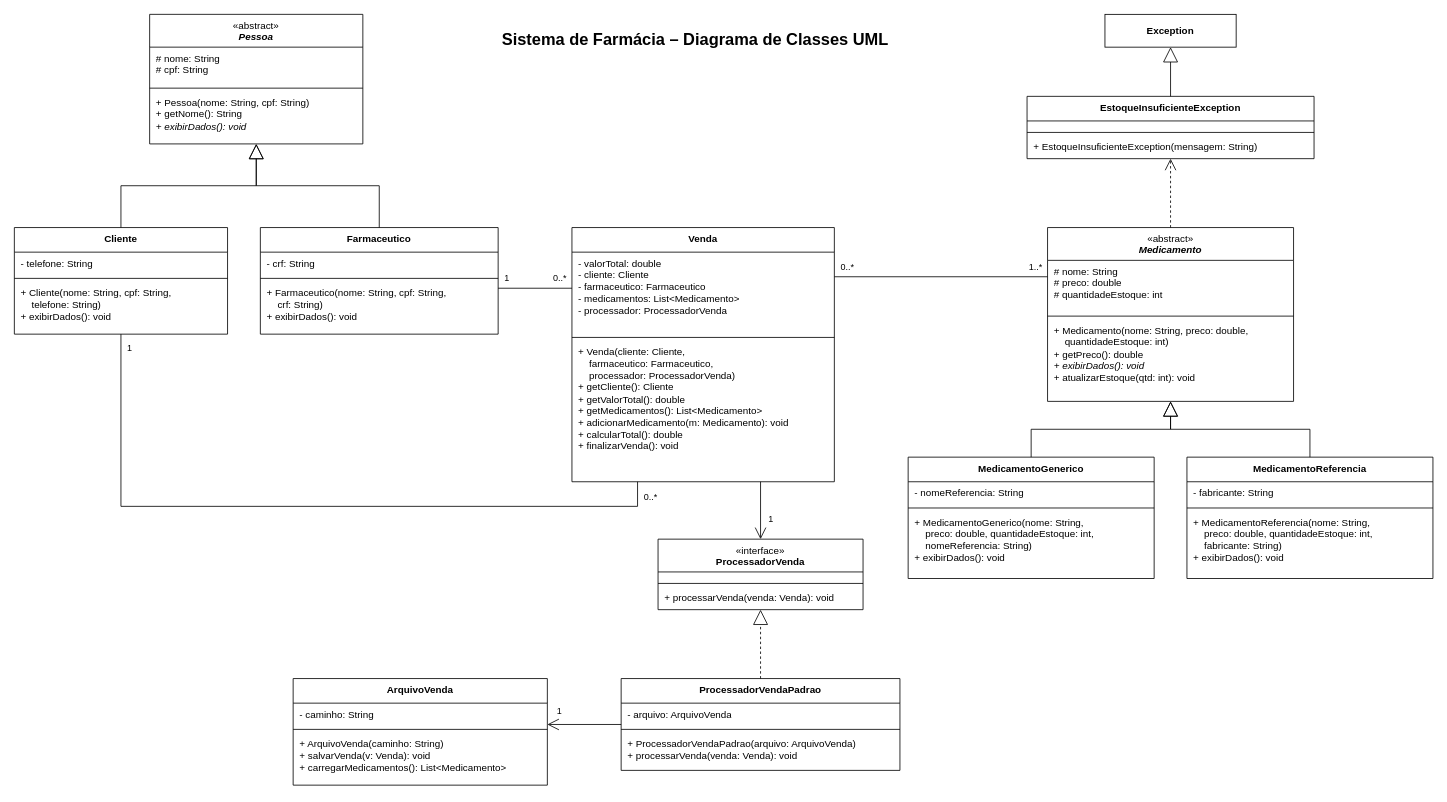
Above: docs/uml-farmacia.drawio in isabelamoreiramendes29/Trabalho_POO_Farmacia (draw.io), before the change. Source tidied: cells renumbered, new cells numbered last; positions are measured from the earlier drawing's top-left corner, leaving out a move shared by most shapes. Both pictures are drawn from the tidied source at 82%, with x=0, y=0 at pixel (14, 14).
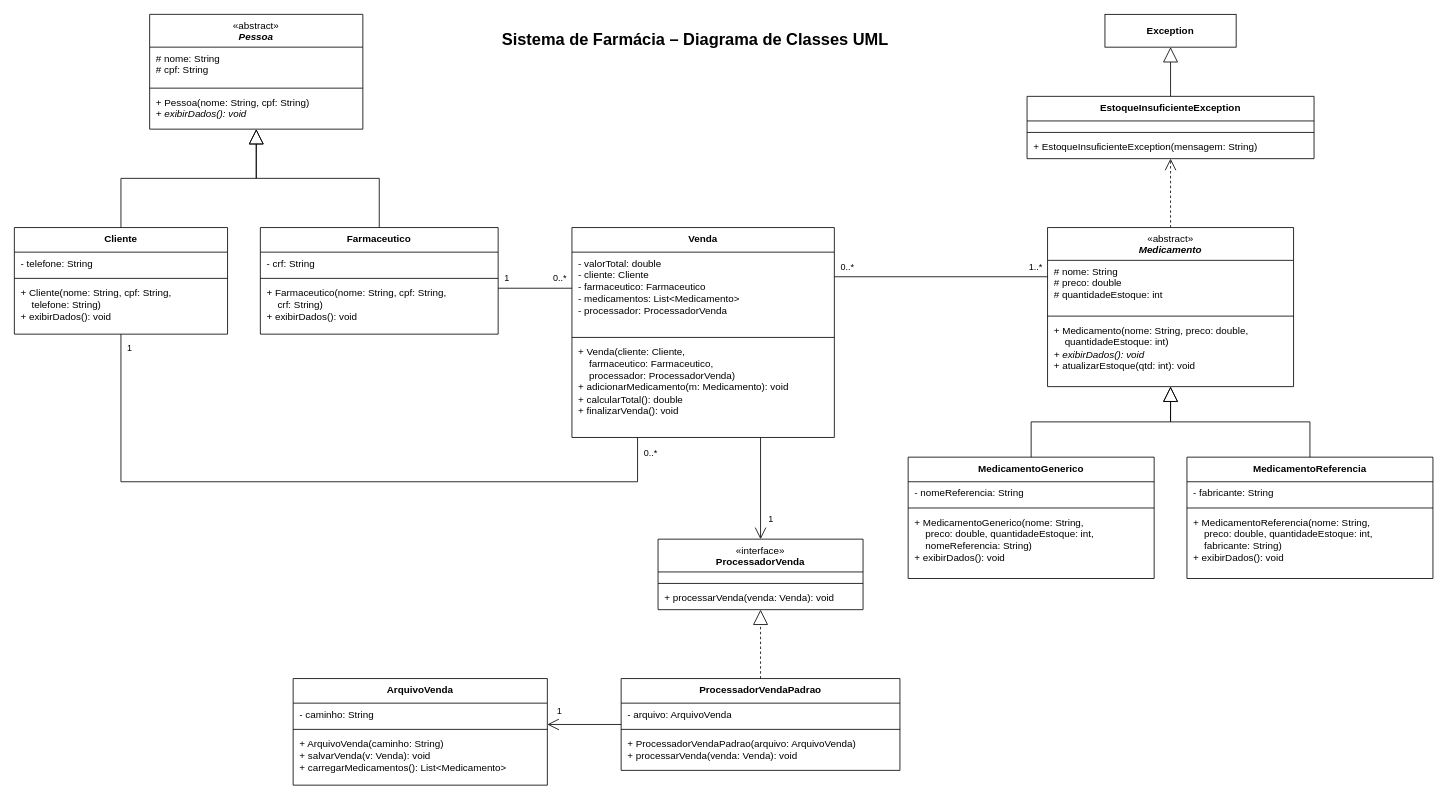
The same diagram, later.

Commit message (it also covers changes not shown here):
Tira os getters do UML, no estilo dos diagramas das aulas

The change refers to these unchanged cells:
```xml
<mxCell id="7" value="&lt;b&gt;Cliente&lt;/b&gt;" style="swimlane;fontStyle=0;align=center;verticalAlign=top;horizontal=1;startSize=30;whiteSpace=wrap;html=1;" parent="1" vertex="1">
  <mxGeometry y="260" width="260" height="130" as="geometry" />
</mxCell>
```

The edit, as a diff of the source:
```diff
@@
     <mxCell id="3" value="«abstract»&lt;br&gt;&lt;b&gt;&lt;i&gt;Pessoa&lt;/i&gt;&lt;/b&gt;" style="swimlane;fontStyle=0;align=center;verticalAlign=top;horizontal=1;startSize=40;whiteSpace=wrap;html=1;" parent="1" vertex="1">
-      <mxGeometry x="165" width="260" height="158" as="geometry" />
+      <mxGeometry x="165" width="260" height="140" as="geometry" />
     </mxCell>
@@
-    <mxCell id="6" value="+ Pessoa(nome: String, cpf: String)&lt;br&gt;+ getNome(): String&lt;br&gt;&lt;i&gt;+ exibirDados(): void&lt;/i&gt;" style="text;strokeColor=none;fillColor=none;align=left;verticalAlign=top;spacingLeft=6;spacingRight=4;overflow=hidden;whiteSpace=wrap;html=1;" parent="3" vertex="1">
-      <mxGeometry y="94" width="260" height="64" as="geometry" />
+    <mxCell id="6" value="+ Pessoa(nome: String, cpf: String)&lt;br&gt;&lt;i&gt;+ exibirDados(): void&lt;/i&gt;" style="text;strokeColor=none;fillColor=none;align=left;verticalAlign=top;spacingLeft=6;spacingRight=4;overflow=hidden;whiteSpace=wrap;html=1;" parent="3" vertex="1">
+      <mxGeometry y="94" width="260" height="46" as="geometry" />
     </mxCell>
@@
     <mxCell id="15" value="&lt;b&gt;Venda&lt;/b&gt;" style="swimlane;fontStyle=0;align=center;verticalAlign=top;horizontal=1;startSize=30;whiteSpace=wrap;html=1;" parent="1" vertex="1">
-      <mxGeometry x="680" y="260" width="320" height="310" as="geometry" />
+      <mxGeometry x="680" y="260" width="320" height="256" as="geometry" />
     </mxCell>
@@
-    <mxCell id="18" value="+ Venda(cliente: Cliente,&lt;br&gt;&amp;nbsp;&amp;nbsp;&amp;nbsp;&amp;nbsp;farmaceutico: Farmaceutico,&lt;br&gt;&amp;nbsp;&amp;nbsp;&amp;nbsp;&amp;nbsp;processador: ProcessadorVenda)&lt;br&gt;+ getCliente(): Cliente&lt;br&gt;+ getValorTotal(): double&lt;br&gt;+ getMedicamentos(): List&amp;lt;Medicamento&amp;gt;&lt;br&gt;+ adicionarMedicamento(m: Medicamento): void&lt;br&gt;+ calcularTotal(): double&lt;br&gt;+ finalizarVenda(): void" style="text;strokeColor=none;fillColor=none;align=left;verticalAlign=top;spacingLeft=6;spacingRight=4;overflow=hidden;whiteSpace=wrap;html=1;" parent="15" vertex="1">
-      <mxGeometry y="138" width="320" height="172" as="geometry" />
+    <mxCell id="18" value="+ Venda(cliente: Cliente,&lt;br&gt;&amp;nbsp;&amp;nbsp;&amp;nbsp;&amp;nbsp;farmaceutico: Farmaceutico,&lt;br&gt;&amp;nbsp;&amp;nbsp;&amp;nbsp;&amp;nbsp;processador: ProcessadorVenda)&lt;br&gt;+ adicionarMedicamento(m: Medicamento): void&lt;br&gt;+ calcularTotal(): double&lt;br&gt;+ finalizarVenda(): void" style="text;strokeColor=none;fillColor=none;align=left;verticalAlign=top;spacingLeft=6;spacingRight=4;overflow=hidden;whiteSpace=wrap;html=1;" parent="15" vertex="1">
+      <mxGeometry y="138" width="320" height="118" as="geometry" />
     </mxCell>
     <mxCell id="19" value="«abstract»&lt;br&gt;&lt;b&gt;&lt;i&gt;Medicamento&lt;/i&gt;&lt;/b&gt;" style="swimlane;fontStyle=0;align=center;verticalAlign=top;horizontal=1;startSize=40;whiteSpace=wrap;html=1;" parent="1" vertex="1">
-      <mxGeometry x="1260" y="260" width="300" height="212" as="geometry" />
+      <mxGeometry x="1260" y="260" width="300" height="194" as="geometry" />
     </mxCell>
@@
-    <mxCell id="22" value="+ Medicamento(nome: String, preco: double,&lt;br&gt;&amp;nbsp;&amp;nbsp;&amp;nbsp;&amp;nbsp;quantidadeEstoque: int)&lt;br&gt;+ getPreco(): double&lt;br&gt;&lt;i&gt;+ exibirDados(): void&lt;/i&gt;&lt;br&gt;+ atualizarEstoque(qtd: int): void" style="text;strokeColor=none;fillColor=none;align=left;verticalAlign=top;spacingLeft=6;spacingRight=4;overflow=hidden;whiteSpace=wrap;html=1;" parent="19" vertex="1">
-      <mxGeometry y="112" width="300" height="100" as="geometry" />
+    <mxCell id="22" value="+ Medicamento(nome: String, preco: double,&lt;br&gt;&amp;nbsp;&amp;nbsp;&amp;nbsp;&amp;nbsp;quantidadeEstoque: int)&lt;br&gt;&lt;i&gt;+ exibirDados(): void&lt;/i&gt;&lt;br&gt;+ atualizarEstoque(qtd: int): void" style="text;strokeColor=none;fillColor=none;align=left;verticalAlign=top;spacingLeft=6;spacingRight=4;overflow=hidden;whiteSpace=wrap;html=1;" parent="19" vertex="1">
+      <mxGeometry y="112" width="300" height="82" as="geometry" />
     </mxCell>
@@
     <mxCell id="54" style="endArrow=none;html=1;rounded=0;edgeStyle=orthogonalEdgeStyle;exitX=0.5;exitY=1;exitDx=0;exitDy=0;entryX=0.25;entryY=1;entryDx=0;entryDy=0;" parent="1" edge="1" source="7" target="15">
       <mxGeometry relative="1" as="geometry">
         <Array as="points">
-          <mxPoint x="130" y="600" />
-          <mxPoint x="760" y="600" />
+          <mxPoint x="130" y="570" />
+          <mxPoint x="760" y="570" />
         </Array>
       </mxGeometry>
     </mxCell>
```
